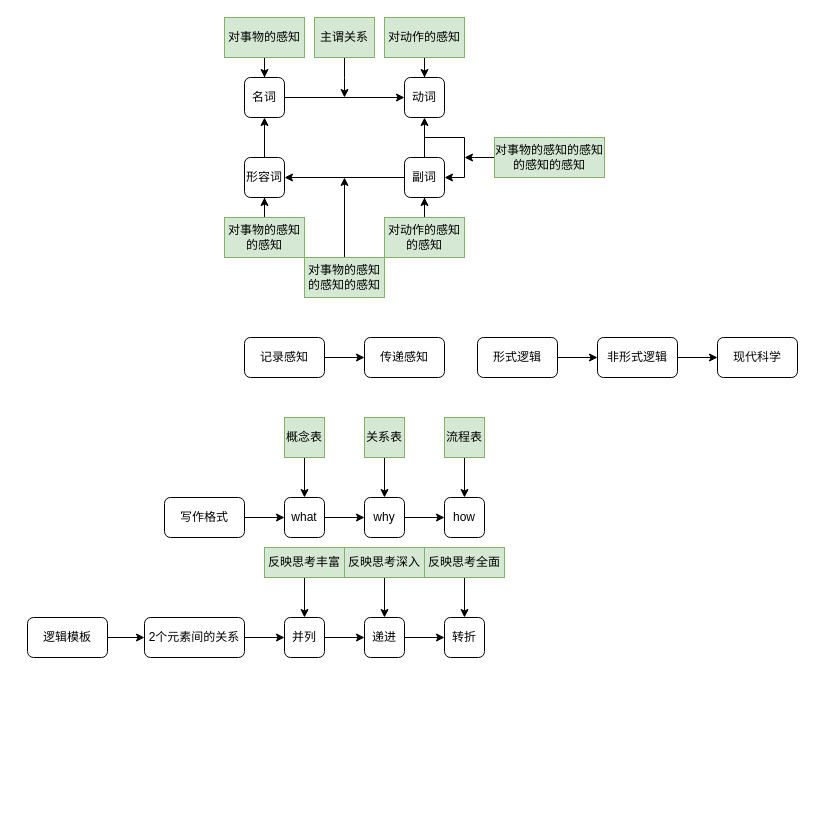
yanhanfrontend/draw.io.workspace keeps this draw.io diagram as 写作课.drawio. Above is the earlier version. Source tidied: cells renumbered, new cells numbered last; positions are measured from the earlier drawing's top-left corner, leaving out a move shared by most shapes. Both pictures are drawn from the tidied source at 100%, with x=0, y=0 at pixel (27, 17).
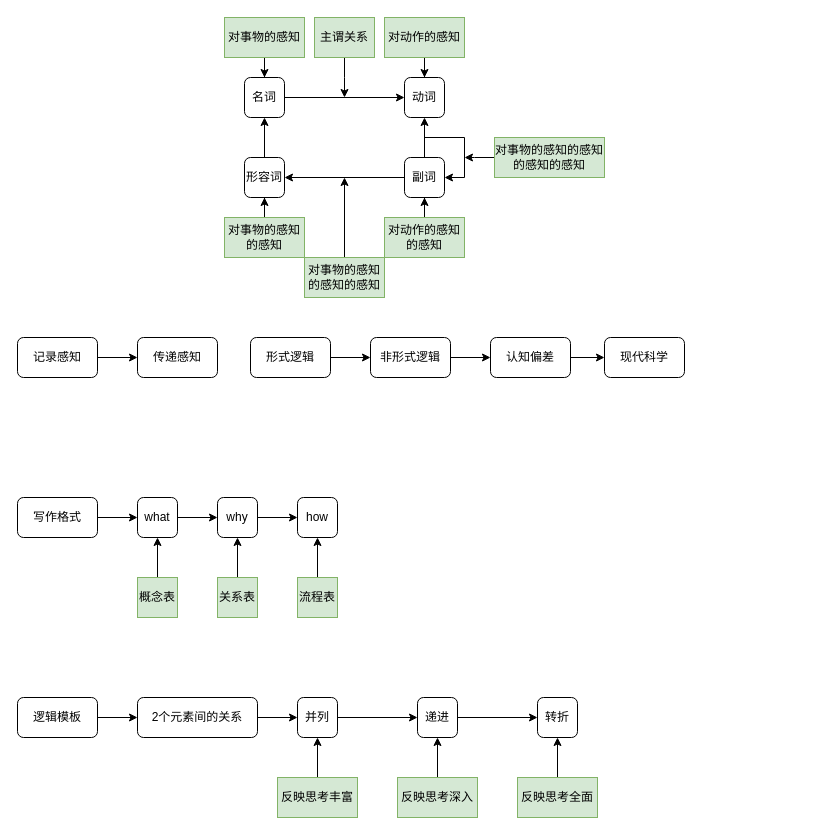
The same diagram, later.

Commit message:
更新写作课.drawio

Diff of the diagram source:
```diff
@@
     <mxCell id="3" value="并列" style="rounded=1;whiteSpace=wrap;html=1;" parent="1" vertex="1">
-      <mxGeometry x="257" y="600" width="40" height="40" as="geometry" />
+      <mxGeometry x="270" y="680" width="40" height="40" as="geometry" />
     </mxCell>
@@
     <mxCell id="5" value="递进" style="rounded=1;whiteSpace=wrap;html=1;" parent="1" vertex="1">
-      <mxGeometry x="337" y="600" width="40" height="40" as="geometry" />
+      <mxGeometry x="390" y="680" width="40" height="40" as="geometry" />
     </mxCell>
     <mxCell id="6" value="转折" style="rounded=1;whiteSpace=wrap;html=1;" parent="1" vertex="1">
-      <mxGeometry x="417" y="600" width="40" height="40" as="geometry" />
+      <mxGeometry x="510" y="680" width="40" height="40" as="geometry" />
     </mxCell>
@@
     <mxCell id="8" value="反映思考丰富" style="text;html=1;align=center;verticalAlign=middle;whiteSpace=wrap;rounded=0;fillColor=#d5e8d4;strokeColor=#82b366;" parent="1" vertex="1">
-      <mxGeometry x="237" y="530" width="80" height="30" as="geometry" />
+      <mxGeometry x="250" y="760" width="80" height="40" as="geometry" />
     </mxCell>
@@
     <mxCell id="10" value="反映思考深入" style="text;html=1;align=center;verticalAlign=middle;whiteSpace=wrap;rounded=0;fillColor=#d5e8d4;strokeColor=#82b366;" parent="1" vertex="1">
-      <mxGeometry x="317" y="530" width="80" height="30" as="geometry" />
+      <mxGeometry x="370" y="760" width="80" height="40" as="geometry" />
     </mxCell>
-    <mxCell id="11" style="edgeStyle=orthogonalEdgeStyle;rounded=0;jettySize=auto;html=1;exitX=0.5;exitY=1;exitDx=0;exitDy=0;entryX=0.5;entryY=0;entryDx=0;entryDy=0;" parent="1" edge="1" source="12" target="6">
+    <mxCell id="11" style="edgeStyle=orthogonalEdgeStyle;rounded=0;jettySize=auto;html=1;" parent="1" edge="1" source="12" target="6">
       <mxGeometry relative="1" as="geometry" />
     </mxCell>
     <mxCell id="12" value="反映思考全面" style="text;html=1;align=center;verticalAlign=middle;whiteSpace=wrap;rounded=0;fillColor=#d5e8d4;strokeColor=#82b366;" parent="1" vertex="1">
-      <mxGeometry x="397" y="530" width="80" height="30" as="geometry" />
+      <mxGeometry x="490" y="760" width="80" height="40" as="geometry" />
     </mxCell>
@@
     <mxCell id="14" value="写作格式" style="rounded=1;whiteSpace=wrap;html=1;" parent="1" vertex="1">
-      <mxGeometry x="137" y="480" width="80" height="40" as="geometry" />
+      <mxGeometry x="-10" y="480" width="80" height="40" as="geometry" />
     </mxCell>
@@
     <mxCell id="16" value="what" style="rounded=1;whiteSpace=wrap;html=1;" parent="1" vertex="1">
-      <mxGeometry x="257" y="480" width="40" height="40" as="geometry" />
+      <mxGeometry x="110" y="480" width="40" height="40" as="geometry" />
     </mxCell>
@@
     <mxCell id="18" value="why" style="rounded=1;whiteSpace=wrap;html=1;" parent="1" vertex="1">
-      <mxGeometry x="337" y="480" width="40" height="40" as="geometry" />
+      <mxGeometry x="190" y="480" width="40" height="40" as="geometry" />
     </mxCell>
     <mxCell id="19" value="how" style="rounded=1;whiteSpace=wrap;html=1;" parent="1" vertex="1">
-      <mxGeometry x="417" y="480" width="40" height="40" as="geometry" />
+      <mxGeometry x="270" y="480" width="40" height="40" as="geometry" />
     </mxCell>
@@
     <mxCell id="21" value="逻辑模板" style="rounded=1;whiteSpace=wrap;html=1;" parent="1" vertex="1">
-      <mxGeometry y="600" width="80" height="40" as="geometry" />
+      <mxGeometry x="-10" y="680" width="80" height="40" as="geometry" />
     </mxCell>
@@
     <mxCell id="23" value="概念表" style="text;html=1;align=center;verticalAlign=middle;whiteSpace=wrap;rounded=0;fillColor=#d5e8d4;strokeColor=#82b366;" parent="1" vertex="1">
-      <mxGeometry x="257" y="400" width="40" height="40" as="geometry" />
+      <mxGeometry x="110" y="560" width="40" height="40" as="geometry" />
     </mxCell>
@@
     <mxCell id="25" value="关系表" style="text;html=1;align=center;verticalAlign=middle;whiteSpace=wrap;rounded=0;fillColor=#d5e8d4;strokeColor=#82b366;" parent="1" vertex="1">
-      <mxGeometry x="337" y="400" width="40" height="40" as="geometry" />
+      <mxGeometry x="190" y="560" width="40" height="40" as="geometry" />
     </mxCell>
@@
     <mxCell id="27" value="流程表" style="text;html=1;align=center;verticalAlign=middle;whiteSpace=wrap;rounded=0;fillColor=#d5e8d4;strokeColor=#82b366;" parent="1" vertex="1">
-      <mxGeometry x="417" y="400" width="40" height="40" as="geometry" />
+      <mxGeometry x="270" y="560" width="40" height="40" as="geometry" />
     </mxCell>
@@
     <mxCell id="48" value="记录感知" style="rounded=1;whiteSpace=wrap;html=1;" parent="1" vertex="1">
-      <mxGeometry x="217" y="320" width="80" height="40" as="geometry" />
+      <mxGeometry x="-10" y="320" width="80" height="40" as="geometry" />
     </mxCell>
     <mxCell id="49" value="传递感知" style="rounded=1;whiteSpace=wrap;html=1;" parent="1" vertex="1">
-      <mxGeometry x="337" y="320" width="80" height="40" as="geometry" />
+      <mxGeometry x="110" y="320" width="80" height="40" as="geometry" />
     </mxCell>
@@
     <mxCell id="51" value="形式逻辑" style="rounded=1;whiteSpace=wrap;html=1;" parent="1" vertex="1">
-      <mxGeometry x="450" y="320" width="80" height="40" as="geometry" />
+      <mxGeometry x="223" y="320" width="80" height="40" as="geometry" />
     </mxCell>
@@
     <mxCell id="53" value="非形式逻辑" style="rounded=1;whiteSpace=wrap;html=1;" parent="1" vertex="1">
-      <mxGeometry x="570" y="320" width="80" height="40" as="geometry" />
+      <mxGeometry x="343" y="320" width="80" height="40" as="geometry" />
     </mxCell>
+    <mxCell id="61" style="edgeStyle=orthogonalEdgeStyle;rounded=0;jettySize=auto;html=1;" parent="1" edge="1" source="54" target="62">
+      <mxGeometry relative="1" as="geometry" />
+    </mxCell>
-    <mxCell id="54" value="现代科学" style="rounded=1;whiteSpace=wrap;html=1;" parent="1" vertex="1">
-      <mxGeometry x="690" y="320" width="80" height="40" as="geometry" />
+    <mxCell id="54" value="认知偏差" style="rounded=1;whiteSpace=wrap;html=1;" parent="1" vertex="1">
+      <mxGeometry x="463" y="320" width="80" height="40" as="geometry" />
     </mxCell>
@@
     <mxCell id="60" value="2个元素间的关系" style="rounded=1;whiteSpace=wrap;html=1;" parent="1" vertex="1">
-      <mxGeometry x="117" y="600" width="100" height="40" as="geometry" />
+      <mxGeometry x="110" y="680" width="120" height="40" as="geometry" />
     </mxCell>
+    <mxCell id="62" value="现代科学" style="rounded=1;whiteSpace=wrap;html=1;" parent="1" vertex="1">
+      <mxGeometry x="577" y="320" width="80" height="40" as="geometry" />
+    </mxCell>
```
